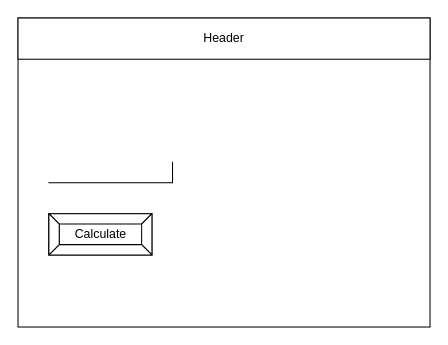
Earlier version of the draw.io diagram page "Page-1" (1 of 2) of design/story-board.drawio (ashley-monaghan/ICS2OR-Unit-5-08). Source tidied: cells renumbered, new cells numbered last; positions are measured from the earlier drawing's top-left corner, leaving out a move shared by most shapes. Both pictures are drawn from the tidied source at 103%, with x=0, y=0 at pixel (18, 18).
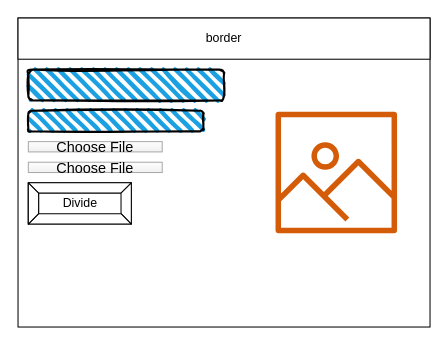
The same page after the edit.

The edit, as a diff of the source:
```diff
@@
 <mxGraphModel>
   <root>
     <mxCell id="0" />
     <mxCell id="1" parent="0" />
     <mxCell id="2" style="rounded=0;whiteSpace=wrap;html=1;" parent="1" vertex="1">
       <mxGeometry width="400" height="300" as="geometry" />
     </mxCell>
-    <mxCell id="3" value="Header" style="rounded=0;whiteSpace=wrap;html=1;" parent="1" vertex="1">
+    <mxCell id="3" value="border" style="rounded=0;whiteSpace=wrap;html=1;" parent="1" vertex="1">
       <mxGeometry width="400" height="40" as="geometry" />
     </mxCell>
-    <mxCell id="4" style="shape=partialRectangle;whiteSpace=wrap;html=1;top=0;left=0;fillColor=none;" parent="1" vertex="1">
-      <mxGeometry x="30" y="140" width="120" height="20" as="geometry" />
-    </mxCell>
-    <mxCell id="5" value="Calculate" style="labelPosition=center;verticalLabelPosition=middle;align=center;html=1;shape=mxgraph.basic.button;dx=10;" parent="1" vertex="1">
-      <mxGeometry x="30" y="190" width="100" height="40" as="geometry" />
+    <mxCell id="5" value="Divide" style="labelPosition=center;verticalLabelPosition=middle;align=center;html=1;shape=mxgraph.basic.button;dx=10;" parent="1" vertex="1">
+      <mxGeometry x="10" y="160" width="100" height="40" as="geometry" />
     </mxCell>
+    <mxCell id="6" style="rounded=1;whiteSpace=wrap;html=1;strokeWidth=2;fillWeight=4;hachureGap=8;hachureAngle=45;fillColor=#1ba1e2;sketch=1;" parent="1" vertex="1">
+      <mxGeometry x="10" y="50" width="190" height="30" as="geometry" />
+    </mxCell>
+    <mxCell id="7" style="rounded=1;whiteSpace=wrap;html=1;strokeWidth=2;fillWeight=4;hachureGap=8;hachureAngle=45;fillColor=#1ba1e2;sketch=1;" parent="1" vertex="1">
+      <mxGeometry x="10" y="90" width="170" height="20" as="geometry" />
+    </mxCell>
+    <mxCell id="8" value="Choose File" style="fillColor=#FEFEFE;strokeColor=#AAAAAA;fontSize=14;gradientColor=#F0F0F0;" parent="1" vertex="1">
+      <mxGeometry x="10" y="120" width="130" height="10" as="geometry" />
+    </mxCell>
+    <mxCell id="9" value="Choose File" style="fillColor=#FEFEFE;strokeColor=#AAAAAA;fontSize=14;gradientColor=#F0F0F0;" parent="1" vertex="1">
+      <mxGeometry x="10" y="140" width="130" height="10" as="geometry" />
+    </mxCell>
+    <mxCell id="10" style="sketch=0;fontColor=#232F3E;gradientColor=none;fillColor=#D45B07;strokeColor=none;dashed=0;verticalLabelPosition=bottom;verticalAlign=top;align=center;html=1;fontSize=12;fontStyle=0;shape=mxgraph.aws4.container_registry_image;" parent="1" vertex="1">
+      <mxGeometry x="250" y="91" width="118" height="118" as="geometry" />
+    </mxCell>
   </root>
 </mxGraphModel>
```
